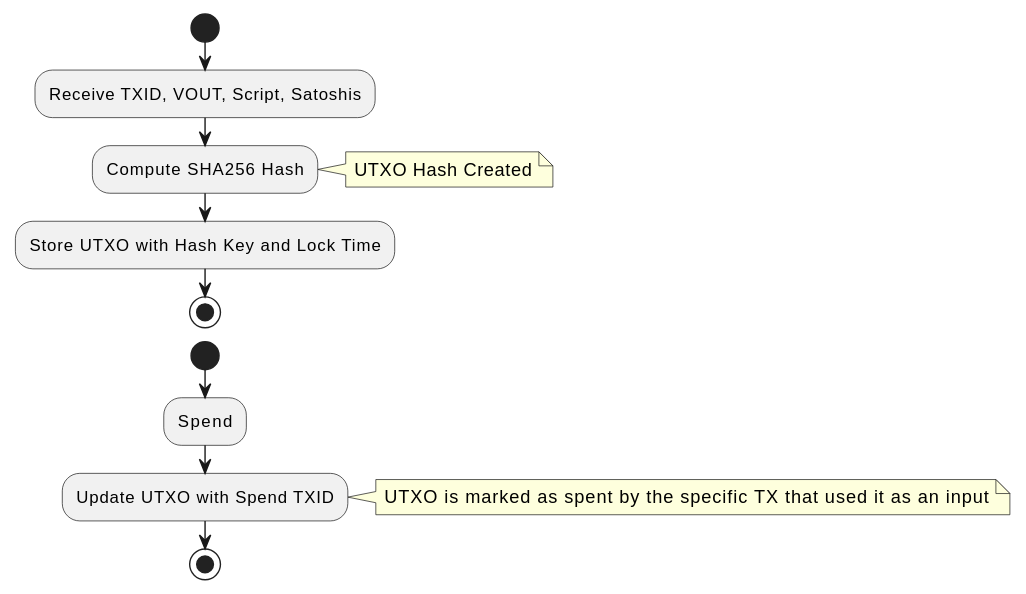
The PlantUML diagram docs/services/img/plantuml/utxo/utxo_hash_computation.svg in freemans13/teranode, before a commit. Its source is kept beside it as docs/services/img/plantuml/utxo/utxo_hash_computation.puml.
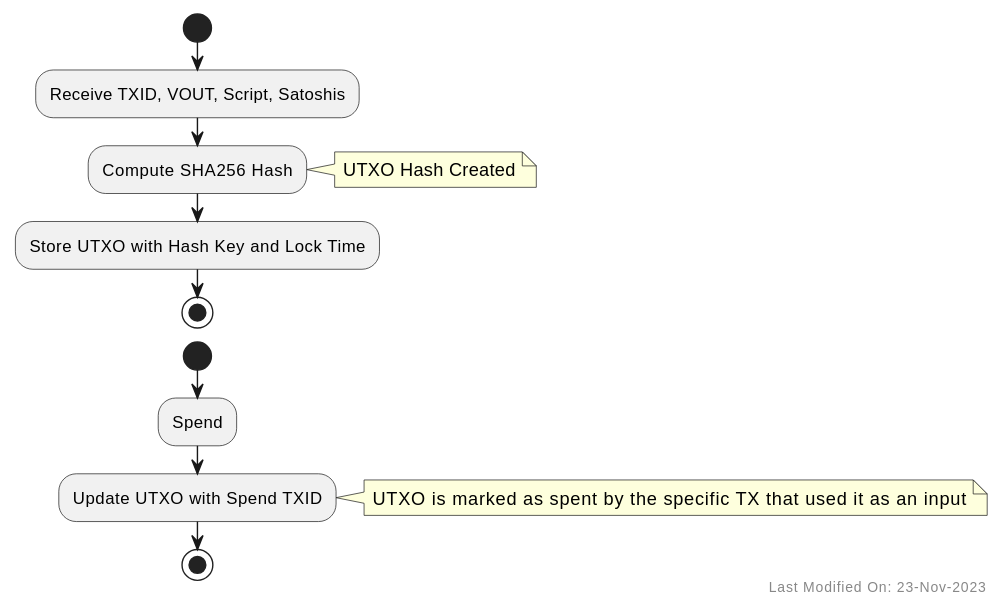
The same diagram one commit later.

Diff of the diagram source:
```diff
@@ -12,4 +12,7 @@
 :Update UTXO with Spend TXID;
 note right: UTXO is marked as spent by the specific TX that used it as an input
 stop
+
+right footer Last Modified On: 23-Nov-2023
+
 @enduml
```
